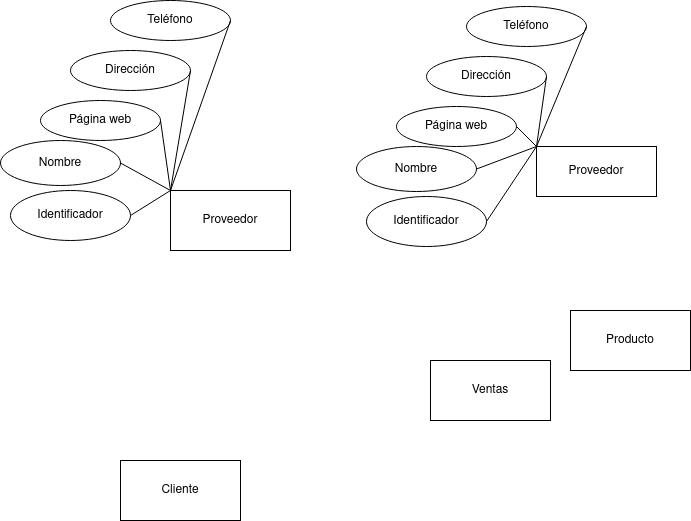
This is Unidad-1/Tareas/Tarea-1/Primer Diagrama.drawio.png from RafaelMayor/base-datos, a draw.io export, as it was before one commit. Source tidied: cells renumbered, new cells last; positions are measured from the earlier drawing's top-left corner, leaving out a move shared by most shapes.
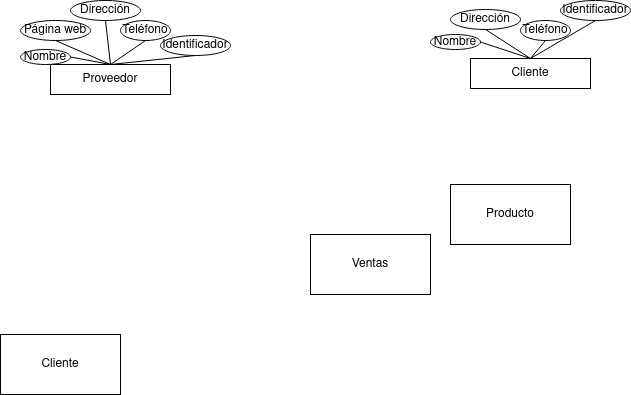
The same file after the commit.

What changed in the source:
```diff
@@ -3,9 +3,9 @@
     <mxCell id="0" />
     <mxCell id="1" parent="0" />
     <mxCell id="2" value="Proveedor" style="rounded=0;whiteSpace=wrap;html=1;" parent="1" vertex="1">
-      <mxGeometry x="170" y="190" width="120" height="60" as="geometry" />
+      <mxGeometry x="170" y="190" width="120" height="30" as="geometry" />
     </mxCell>
-    <mxCell id="3" style="endArrow=none;html=1;rounded=0;exitX=1;exitY=0.5;exitDx=0;exitDy=0;entryX=0;entryY=0;entryDx=0;entryDy=0;" parent="1" edge="1" source="7" target="2">
+    <mxCell id="3" style="endArrow=none;html=1;rounded=0;exitX=0.5;exitY=1;exitDx=0;exitDy=0;entryX=0.5;entryY=0;entryDx=0;entryDy=0;" parent="1" edge="1" source="7" target="2">
       <mxGeometry relative="1" as="geometry" />
     </mxCell>
     <mxCell id="4" value="Cliente" style="rounded=0;whiteSpace=wrap;html=1;" parent="1" vertex="1">
@@ -18,64 +18,58 @@
       <mxGeometry x="430" y="360" width="120" height="60" as="geometry" />
     </mxCell>
     <mxCell id="7" value="Identificador" style="ellipse;whiteSpace=wrap;html=1;" parent="1" vertex="1">
-      <mxGeometry x="10" y="190" width="120" height="50" as="geometry" />
+      <mxGeometry x="280" y="161" width="70" height="20" as="geometry" />
     </mxCell>
     <mxCell id="8" value="Nombre" style="ellipse;whiteSpace=wrap;html=1;" parent="1" vertex="1">
-      <mxGeometry y="140" width="120" height="45" as="geometry" />
+      <mxGeometry x="140" y="175" width="50" height="15" as="geometry" />
     </mxCell>
     <mxCell id="9" value="Dirección" style="ellipse;whiteSpace=wrap;html=1;" parent="1" vertex="1">
-      <mxGeometry x="70" y="50" width="120" height="40" as="geometry" />
+      <mxGeometry x="190" y="126" width="70" height="20" as="geometry" />
     </mxCell>
     <mxCell id="10" value="Teléfono" style="ellipse;whiteSpace=wrap;html=1;" parent="1" vertex="1">
-      <mxGeometry x="110" width="120" height="40" as="geometry" />
+      <mxGeometry x="240" y="146" width="50" height="20" as="geometry" />
     </mxCell>
     <mxCell id="11" value="Página web" style="ellipse;whiteSpace=wrap;html=1;" parent="1" vertex="1">
-      <mxGeometry x="40" y="100" width="120" height="40" as="geometry" />
+      <mxGeometry x="140" y="146" width="70" height="20" as="geometry" />
     </mxCell>
-    <mxCell id="12" style="endArrow=none;html=1;rounded=0;entryX=1;entryY=0.5;entryDx=0;entryDy=0;exitX=0;exitY=0;exitDx=0;exitDy=0;" parent="1" edge="1" source="2" target="8">
+    <mxCell id="12" style="endArrow=none;html=1;rounded=0;entryX=1;entryY=0.5;entryDx=0;entryDy=0;exitX=0.5;exitY=0;exitDx=0;exitDy=0;" parent="1" edge="1" source="2" target="8">
       <mxGeometry relative="1" as="geometry" />
     </mxCell>
-    <mxCell id="13" style="endArrow=none;html=1;rounded=0;entryX=1;entryY=0.5;entryDx=0;entryDy=0;exitX=0;exitY=0;exitDx=0;exitDy=0;" parent="1" edge="1" source="2" target="11">
+    <mxCell id="13" style="endArrow=none;html=1;rounded=0;entryX=0.5;entryY=1;entryDx=0;entryDy=0;exitX=0.5;exitY=0;exitDx=0;exitDy=0;" parent="1" edge="1" source="2" target="11">
       <mxGeometry relative="1" as="geometry" />
     </mxCell>
-    <mxCell id="14" style="endArrow=none;html=1;rounded=0;entryX=1;entryY=0.5;entryDx=0;entryDy=0;exitX=0;exitY=0;exitDx=0;exitDy=0;" parent="1" edge="1" source="2" target="9">
+    <mxCell id="14" style="endArrow=none;html=1;rounded=0;entryX=0.5;entryY=1;entryDx=0;entryDy=0;exitX=0.5;exitY=0;exitDx=0;exitDy=0;" parent="1" edge="1" source="2" target="9">
       <mxGeometry relative="1" as="geometry" />
     </mxCell>
-    <mxCell id="15" style="endArrow=none;html=1;rounded=0;entryX=1;entryY=0.5;entryDx=0;entryDy=0;exitX=0;exitY=0;exitDx=0;exitDy=0;" parent="1" edge="1" source="2" target="10">
+    <mxCell id="15" style="endArrow=none;html=1;rounded=0;exitX=0.5;exitY=0;exitDx=0;exitDy=0;entryX=0.5;entryY=1;entryDx=0;entryDy=0;" parent="1" edge="1" source="2" target="10">
       <mxGeometry relative="1" as="geometry" />
     </mxCell>
-    <mxCell id="16" value="Proveedor" style="rounded=0;whiteSpace=wrap;html=1;" parent="1" vertex="1">
-      <mxGeometry x="536" y="146" width="120" height="50" as="geometry" />
-    </mxCell>
-    <mxCell id="17" style="endArrow=none;html=1;rounded=0;exitX=1;exitY=0.5;exitDx=0;exitDy=0;entryX=0;entryY=0;entryDx=0;entryDy=0;" parent="1" edge="1" source="18" target="16">
-      <mxGeometry relative="1" as="geometry" />
-    </mxCell>
+    <mxCell id="27" value="Cliente" style="rounded=0;whiteSpace=wrap;html=1;" parent="1" vertex="1">
+      <mxGeometry x="590" y="184" width="120" height="30" as="geometry" />
+    </mxCell>
+    <mxCell id="28" style="endArrow=none;html=1;rounded=0;exitX=0.5;exitY=1;exitDx=0;exitDy=0;entryX=0.5;entryY=0;entryDx=0;entryDy=0;" parent="1" edge="1" source="18" target="27">
+      <mxGeometry relative="1" as="geometry" />
+    </mxCell>
     <mxCell id="18" value="Identificador" style="ellipse;whiteSpace=wrap;html=1;" parent="1" vertex="1">
-      <mxGeometry x="366" y="196" width="120" height="50" as="geometry" />
+      <mxGeometry x="680" y="126" width="70" height="20" as="geometry" />
     </mxCell>
     <mxCell id="19" value="Nombre" style="ellipse;whiteSpace=wrap;html=1;" parent="1" vertex="1">
-      <mxGeometry x="356" y="146" width="120" height="45" as="geometry" />
+      <mxGeometry x="550" y="160" width="50" height="15" as="geometry" />
     </mxCell>
     <mxCell id="20" value="Dirección" style="ellipse;whiteSpace=wrap;html=1;" parent="1" vertex="1">
-      <mxGeometry x="426" y="56" width="120" height="40" as="geometry" />
+      <mxGeometry x="570" y="135" width="70" height="20" as="geometry" />
     </mxCell>
     <mxCell id="21" value="Teléfono" style="ellipse;whiteSpace=wrap;html=1;" parent="1" vertex="1">
-      <mxGeometry x="466" y="6" width="120" height="40" as="geometry" />
+      <mxGeometry x="640" y="146" width="50" height="20" as="geometry" />
     </mxCell>
-    <mxCell id="22" value="Página web" style="ellipse;whiteSpace=wrap;html=1;" parent="1" vertex="1">
-      <mxGeometry x="396" y="106" width="120" height="40" as="geometry" />
-    </mxCell>
-    <mxCell id="23" style="endArrow=none;html=1;rounded=0;entryX=1;entryY=0.5;entryDx=0;entryDy=0;exitX=0;exitY=0;exitDx=0;exitDy=0;" parent="1" edge="1" source="16" target="19">
-      <mxGeometry relative="1" as="geometry" />
-    </mxCell>
-    <mxCell id="24" style="endArrow=none;html=1;rounded=0;entryX=1;entryY=0.5;entryDx=0;entryDy=0;exitX=0;exitY=0;exitDx=0;exitDy=0;" parent="1" edge="1" source="16" target="22">
-      <mxGeometry relative="1" as="geometry" />
-    </mxCell>
-    <mxCell id="25" style="endArrow=none;html=1;rounded=0;entryX=1;entryY=0.5;entryDx=0;entryDy=0;exitX=0;exitY=0;exitDx=0;exitDy=0;" parent="1" edge="1" source="16" target="20">
-      <mxGeometry relative="1" as="geometry" />
-    </mxCell>
-    <mxCell id="26" style="endArrow=none;html=1;rounded=0;entryX=1;entryY=0.5;entryDx=0;entryDy=0;exitX=0;exitY=0;exitDx=0;exitDy=0;" parent="1" edge="1" source="16" target="21">
-      <mxGeometry relative="1" as="geometry" />
-    </mxCell>
+    <mxCell id="29" style="endArrow=none;html=1;rounded=0;entryX=1;entryY=0.5;entryDx=0;entryDy=0;exitX=0.5;exitY=0;exitDx=0;exitDy=0;" parent="1" edge="1" source="27" target="19">
+      <mxGeometry relative="1" as="geometry" />
+    </mxCell>
+    <mxCell id="30" style="endArrow=none;html=1;rounded=0;entryX=0.5;entryY=1;entryDx=0;entryDy=0;exitX=0.5;exitY=0;exitDx=0;exitDy=0;" parent="1" edge="1" source="27" target="20">
+      <mxGeometry relative="1" as="geometry" />
+    </mxCell>
+    <mxCell id="31" style="endArrow=none;html=1;rounded=0;exitX=0.5;exitY=0;exitDx=0;exitDy=0;entryX=0.5;entryY=1;entryDx=0;entryDy=0;" parent="1" edge="1" source="27" target="21">
+      <mxGeometry relative="1" as="geometry" />
+    </mxCell>
   </root>
 </mxGraphModel>
```
